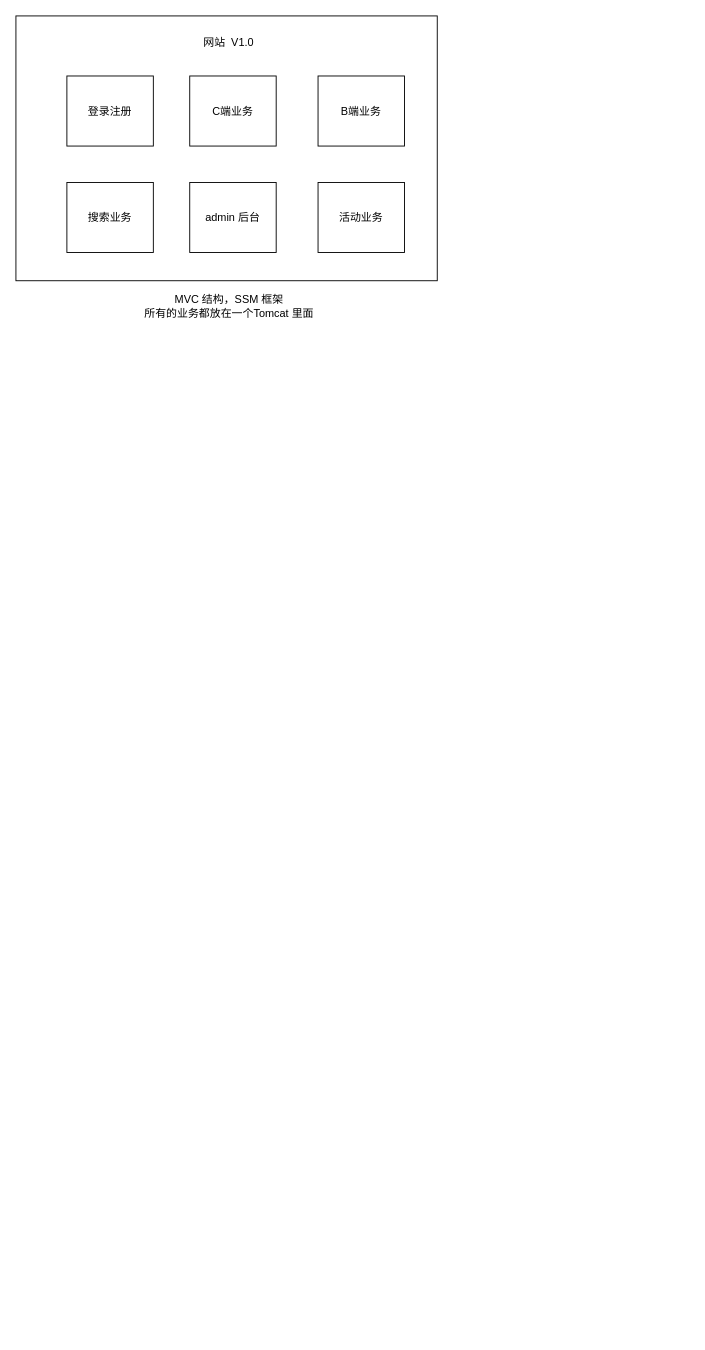
kuangtf/PictureBed keeps this draw.io diagram as docs/dubbo/架构图1.drawio. Above is the earlier version. Source tidied: cells renumbered, new cells numbered last; positions are measured from the earlier drawing's top-left corner, leaving out a move shared by most shapes. Both pictures are drawn from the tidied source at 91%, with x=0, y=0 at pixel (15, 15).
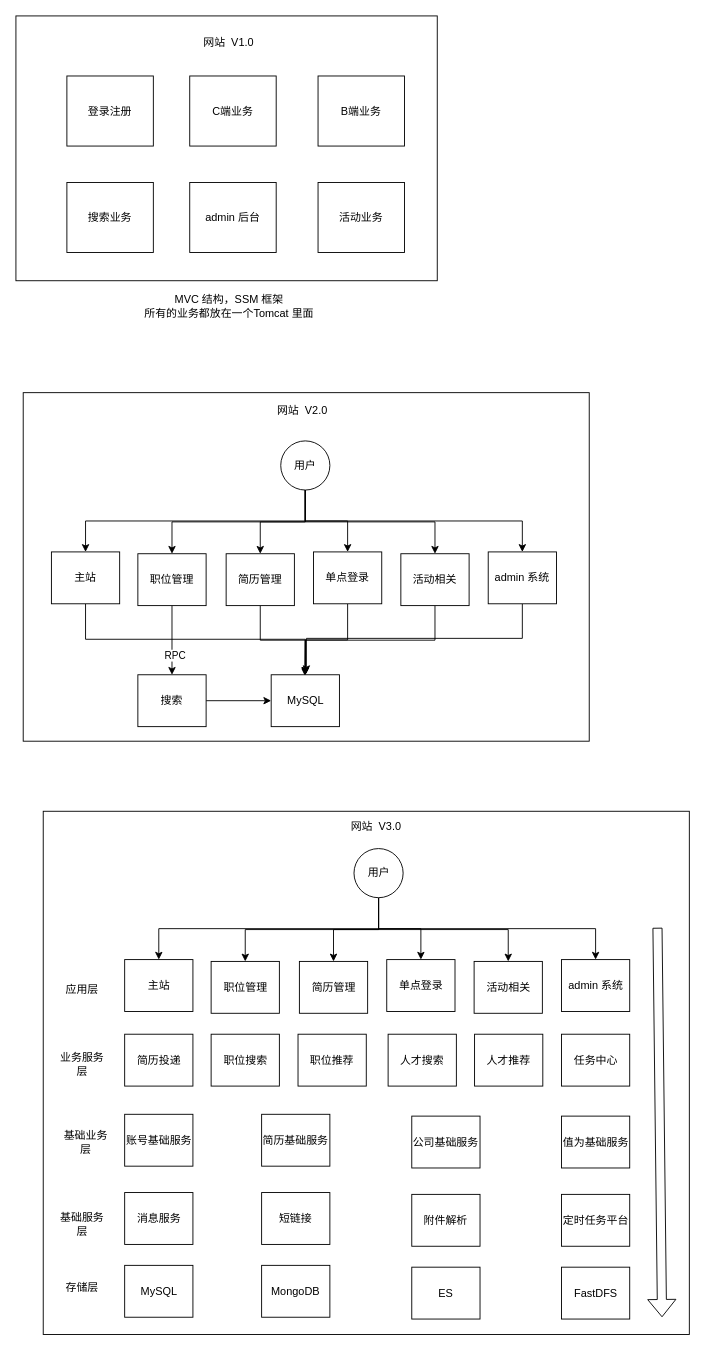
After the change.

Commit message:
更新架构图

The edit, as a diff of the source:
```diff
@@
+    <mxCell id="11" style="rounded=0;whiteSpace=wrap;html=1;" parent="1" vertex="1">
+      <mxGeometry x="8" y="414" width="622" height="383" as="geometry" />
+    </mxCell>
+    <mxCell id="12" value="网站&amp;nbsp; V2.0" style="text;html=1;strokeColor=none;fillColor=none;align=center;verticalAlign=middle;whiteSpace=wrap;rounded=0;" parent="1" vertex="1">
+      <mxGeometry x="285" y="419" width="60" height="30" as="geometry" />
+    </mxCell>
+    <mxCell id="13" style="edgeStyle=orthogonalEdgeStyle;rounded=0;jettySize=auto;html=1;exitX=0.5;exitY=1;exitDx=0;exitDy=0;entryX=0.5;entryY=0;entryDx=0;entryDy=0;" parent="1" edge="1" source="19" target="21">
+      <mxGeometry relative="1" as="geometry" />
+    </mxCell>
+    <mxCell id="14" style="edgeStyle=orthogonalEdgeStyle;rounded=0;jettySize=auto;html=1;exitX=0.5;exitY=1;exitDx=0;exitDy=0;" parent="1" edge="1" source="19" target="23">
+      <mxGeometry relative="1" as="geometry" />
+    </mxCell>
+    <mxCell id="15" style="edgeStyle=orthogonalEdgeStyle;rounded=0;jettySize=auto;html=1;exitX=0.5;exitY=1;exitDx=0;exitDy=0;entryX=0.5;entryY=0;entryDx=0;entryDy=0;" parent="1" edge="1" source="19" target="25">
+      <mxGeometry relative="1" as="geometry" />
+    </mxCell>
+    <mxCell id="16" style="edgeStyle=orthogonalEdgeStyle;rounded=0;jettySize=auto;html=1;exitX=0.5;exitY=1;exitDx=0;exitDy=0;" parent="1" edge="1" source="19" target="27">
+      <mxGeometry relative="1" as="geometry" />
+    </mxCell>
+    <mxCell id="17" style="edgeStyle=orthogonalEdgeStyle;rounded=0;jettySize=auto;html=1;exitX=0.5;exitY=1;exitDx=0;exitDy=0;entryX=0.5;entryY=0;entryDx=0;entryDy=0;" parent="1" edge="1" source="19" target="29">
+      <mxGeometry relative="1" as="geometry" />
+    </mxCell>
+    <mxCell id="18" style="edgeStyle=orthogonalEdgeStyle;rounded=0;jettySize=auto;html=1;exitX=0.5;exitY=1;exitDx=0;exitDy=0;entryX=0.5;entryY=0;entryDx=0;entryDy=0;" parent="1" edge="1" source="19" target="31">
+      <mxGeometry relative="1" as="geometry" />
+    </mxCell>
+    <mxCell id="19" value="用户" style="ellipse;whiteSpace=wrap;html=1;" parent="1" vertex="1">
+      <mxGeometry x="291" y="467" width="54" height="54" as="geometry" />
+    </mxCell>
+    <mxCell id="20" style="edgeStyle=orthogonalEdgeStyle;rounded=0;jettySize=auto;html=1;exitX=0.5;exitY=1;exitDx=0;exitDy=0;entryX=0.5;entryY=0;entryDx=0;entryDy=0;" parent="1" edge="1" source="21" target="34">
+      <mxGeometry relative="1" as="geometry" />
+    </mxCell>
+    <mxCell id="21" value="主站" style="rounded=0;whiteSpace=wrap;html=1;" parent="1" vertex="1">
+      <mxGeometry x="39" y="589" width="75" height="57" as="geometry" />
+    </mxCell>
+    <mxCell id="22" value="RPC" style="edgeStyle=orthogonalEdgeStyle;rounded=0;jettySize=auto;html=1;exitX=0.5;exitY=1;exitDx=0;exitDy=0;" parent="1" edge="1" source="23" target="33">
+      <mxGeometry x="0.45" y="3" relative="1" as="geometry" />
+    </mxCell>
+    <mxCell id="23" value="职位管理" style="rounded=0;whiteSpace=wrap;html=1;" parent="1" vertex="1">
+      <mxGeometry x="134" y="591" width="75" height="57" as="geometry" />
+    </mxCell>
+    <mxCell id="24" style="edgeStyle=orthogonalEdgeStyle;rounded=0;jettySize=auto;html=1;exitX=0.5;exitY=1;exitDx=0;exitDy=0;entryX=0.5;entryY=0;entryDx=0;entryDy=0;" parent="1" edge="1" source="25" target="34">
+      <mxGeometry relative="1" as="geometry" />
+    </mxCell>
+    <mxCell id="25" value="简历管理" style="rounded=0;whiteSpace=wrap;html=1;" parent="1" vertex="1">
+      <mxGeometry x="231" y="591" width="75" height="57" as="geometry" />
+    </mxCell>
+    <mxCell id="26" style="edgeStyle=orthogonalEdgeStyle;rounded=0;jettySize=auto;html=1;exitX=0.5;exitY=1;exitDx=0;exitDy=0;" parent="1" edge="1" source="27">
+      <mxGeometry relative="1" as="geometry">
+        <mxPoint x="317.6" y="725.4" as="targetPoint" />
+      </mxGeometry>
+    </mxCell>
+    <mxCell id="27" value="单点登录" style="rounded=0;whiteSpace=wrap;html=1;" parent="1" vertex="1">
+      <mxGeometry x="327" y="589" width="75" height="57" as="geometry" />
+    </mxCell>
+    <mxCell id="28" style="edgeStyle=orthogonalEdgeStyle;rounded=0;jettySize=auto;html=1;exitX=0.5;exitY=1;exitDx=0;exitDy=0;entryX=0.5;entryY=0;entryDx=0;entryDy=0;" parent="1" edge="1" source="29" target="34">
+      <mxGeometry relative="1" as="geometry" />
+    </mxCell>
+    <mxCell id="29" value="活动相关" style="rounded=0;whiteSpace=wrap;html=1;" parent="1" vertex="1">
+      <mxGeometry x="423" y="591" width="75" height="57" as="geometry" />
+    </mxCell>
+    <mxCell id="30" style="edgeStyle=orthogonalEdgeStyle;rounded=0;jettySize=auto;html=1;exitX=0.5;exitY=1;exitDx=0;exitDy=0;" parent="1" edge="1" source="31">
+      <mxGeometry relative="1" as="geometry">
+        <mxPoint x="319.2" y="722.2" as="targetPoint" />
+        <Array as="points">
+          <mxPoint x="557" y="684" />
+          <mxPoint x="319" y="684" />
+        </Array>
+      </mxGeometry>
+    </mxCell>
+    <mxCell id="31" value="admin 系统" style="rounded=0;whiteSpace=wrap;html=1;" parent="1" vertex="1">
+      <mxGeometry x="519" y="589" width="75" height="57" as="geometry" />
+    </mxCell>
+    <mxCell id="32" style="edgeStyle=orthogonalEdgeStyle;rounded=0;jettySize=auto;html=1;exitX=1;exitY=0.5;exitDx=0;exitDy=0;" parent="1" edge="1" source="33" target="34">
+      <mxGeometry relative="1" as="geometry" />
+    </mxCell>
+    <mxCell id="33" value="搜索" style="rounded=0;whiteSpace=wrap;html=1;" parent="1" vertex="1">
+      <mxGeometry x="134" y="724" width="75" height="57" as="geometry" />
+    </mxCell>
+    <mxCell id="34" value="MySQL" style="rounded=0;whiteSpace=wrap;html=1;" parent="1" vertex="1">
+      <mxGeometry x="280.5" y="724" width="75" height="57" as="geometry" />
+    </mxCell>
+    <mxCell id="35" style="rounded=0;whiteSpace=wrap;html=1;" parent="1" vertex="1">
+      <mxGeometry x="30" y="874" width="710" height="575" as="geometry" />
+    </mxCell>
+    <mxCell id="36" value="网站&amp;nbsp; V3.0" style="text;html=1;strokeColor=none;fillColor=none;align=center;verticalAlign=middle;whiteSpace=wrap;rounded=0;" parent="1" vertex="1">
+      <mxGeometry x="365.5" y="876" width="60" height="30" as="geometry" />
+    </mxCell>
+    <mxCell id="37" style="edgeStyle=orthogonalEdgeStyle;rounded=0;jettySize=auto;html=1;exitX=0.5;exitY=1;exitDx=0;exitDy=0;entryX=0.5;entryY=0;entryDx=0;entryDy=0;" parent="1" edge="1" source="43" target="44">
+      <mxGeometry relative="1" as="geometry" />
+    </mxCell>
+    <mxCell id="38" style="edgeStyle=orthogonalEdgeStyle;rounded=0;jettySize=auto;html=1;exitX=0.5;exitY=1;exitDx=0;exitDy=0;" parent="1" edge="1" source="43" target="45">
+      <mxGeometry relative="1" as="geometry" />
+    </mxCell>
+    <mxCell id="39" style="edgeStyle=orthogonalEdgeStyle;rounded=0;jettySize=auto;html=1;exitX=0.5;exitY=1;exitDx=0;exitDy=0;entryX=0.5;entryY=0;entryDx=0;entryDy=0;" parent="1" edge="1" source="43" target="46">
+      <mxGeometry relative="1" as="geometry" />
+    </mxCell>
+    <mxCell id="40" style="edgeStyle=orthogonalEdgeStyle;rounded=0;jettySize=auto;html=1;exitX=0.5;exitY=1;exitDx=0;exitDy=0;" parent="1" edge="1" source="43" target="47">
+      <mxGeometry relative="1" as="geometry" />
+    </mxCell>
+    <mxCell id="41" style="edgeStyle=orthogonalEdgeStyle;rounded=0;jettySize=auto;html=1;exitX=0.5;exitY=1;exitDx=0;exitDy=0;entryX=0.5;entryY=0;entryDx=0;entryDy=0;" parent="1" edge="1" source="43" target="48">
+      <mxGeometry relative="1" as="geometry" />
+    </mxCell>
+    <mxCell id="42" style="edgeStyle=orthogonalEdgeStyle;rounded=0;jettySize=auto;html=1;exitX=0.5;exitY=1;exitDx=0;exitDy=0;entryX=0.5;entryY=0;entryDx=0;entryDy=0;" parent="1" edge="1" source="43" target="49">
+      <mxGeometry relative="1" as="geometry" />
+    </mxCell>
+    <mxCell id="43" value="用户" style="ellipse;whiteSpace=wrap;html=1;" parent="1" vertex="1">
+      <mxGeometry x="371.5" y="915" width="54" height="54" as="geometry" />
+    </mxCell>
+    <mxCell id="44" value="主站" style="rounded=0;whiteSpace=wrap;html=1;" parent="1" vertex="1">
+      <mxGeometry x="119.5" y="1037" width="75" height="57" as="geometry" />
+    </mxCell>
+    <mxCell id="45" value="职位管理" style="rounded=0;whiteSpace=wrap;html=1;" parent="1" vertex="1">
+      <mxGeometry x="214.5" y="1039" width="75" height="57" as="geometry" />
+    </mxCell>
+    <mxCell id="46" value="简历管理" style="rounded=0;whiteSpace=wrap;html=1;" parent="1" vertex="1">
+      <mxGeometry x="311.5" y="1039" width="75" height="57" as="geometry" />
+    </mxCell>
+    <mxCell id="47" value="单点登录" style="rounded=0;whiteSpace=wrap;html=1;" parent="1" vertex="1">
+      <mxGeometry x="407.5" y="1037" width="75" height="57" as="geometry" />
+    </mxCell>
+    <mxCell id="48" value="活动相关" style="rounded=0;whiteSpace=wrap;html=1;" parent="1" vertex="1">
+      <mxGeometry x="503.5" y="1039" width="75" height="57" as="geometry" />
+    </mxCell>
+    <mxCell id="49" value="admin 系统" style="rounded=0;whiteSpace=wrap;html=1;" parent="1" vertex="1">
+      <mxGeometry x="599.5" y="1037" width="75" height="57" as="geometry" />
+    </mxCell>
+    <mxCell id="50" value="简历投递" style="rounded=0;whiteSpace=wrap;html=1;" parent="1" vertex="1">
+      <mxGeometry x="119.5" y="1119" width="75" height="57" as="geometry" />
+    </mxCell>
+    <mxCell id="51" value="职位搜索" style="rounded=0;whiteSpace=wrap;html=1;" parent="1" vertex="1">
+      <mxGeometry x="214.5" y="1119" width="75" height="57" as="geometry" />
+    </mxCell>
+    <mxCell id="52" value="职位推荐" style="rounded=0;whiteSpace=wrap;html=1;" parent="1" vertex="1">
+      <mxGeometry x="310" y="1119" width="75" height="57" as="geometry" />
+    </mxCell>
+    <mxCell id="53" value="人才搜索" style="rounded=0;whiteSpace=wrap;html=1;" parent="1" vertex="1">
+      <mxGeometry x="409" y="1119" width="75" height="57" as="geometry" />
+    </mxCell>
+    <mxCell id="54" value="人才推荐" style="rounded=0;whiteSpace=wrap;html=1;" parent="1" vertex="1">
+      <mxGeometry x="504" y="1119" width="75" height="57" as="geometry" />
+    </mxCell>
+    <mxCell id="55" value="任务中心" style="rounded=0;whiteSpace=wrap;html=1;" parent="1" vertex="1">
+      <mxGeometry x="599.5" y="1119" width="75" height="57" as="geometry" />
+    </mxCell>
+    <mxCell id="56" value="账号基础服务" style="rounded=0;whiteSpace=wrap;html=1;" parent="1" vertex="1">
+      <mxGeometry x="119.5" y="1207" width="75" height="57" as="geometry" />
+    </mxCell>
+    <mxCell id="57" value="简历基础服务" style="rounded=0;whiteSpace=wrap;html=1;" parent="1" vertex="1">
+      <mxGeometry x="270" y="1207" width="75" height="57" as="geometry" />
+    </mxCell>
+    <mxCell id="58" value="公司基础服务" style="rounded=0;whiteSpace=wrap;html=1;" parent="1" vertex="1">
+      <mxGeometry x="435" y="1209" width="75" height="57" as="geometry" />
+    </mxCell>
+    <mxCell id="59" value="值为基础服务" style="rounded=0;whiteSpace=wrap;html=1;" parent="1" vertex="1">
+      <mxGeometry x="599.5" y="1209" width="75" height="57" as="geometry" />
+    </mxCell>
+    <mxCell id="60" value="消息服务" style="rounded=0;whiteSpace=wrap;html=1;" parent="1" vertex="1">
+      <mxGeometry x="119.5" y="1293" width="75" height="57" as="geometry" />
+    </mxCell>
+    <mxCell id="61" value="短链接" style="rounded=0;whiteSpace=wrap;html=1;" parent="1" vertex="1">
+      <mxGeometry x="270" y="1293" width="75" height="57" as="geometry" />
+    </mxCell>
+    <mxCell id="62" value="附件解析" style="rounded=0;whiteSpace=wrap;html=1;" parent="1" vertex="1">
+      <mxGeometry x="435" y="1295" width="75" height="57" as="geometry" />
+    </mxCell>
+    <mxCell id="63" value="定时任务平台" style="rounded=0;whiteSpace=wrap;html=1;" parent="1" vertex="1">
+      <mxGeometry x="599.5" y="1295" width="75" height="57" as="geometry" />
+    </mxCell>
+    <mxCell id="64" value="MySQL" style="rounded=0;whiteSpace=wrap;html=1;" parent="1" vertex="1">
+      <mxGeometry x="119.5" y="1373" width="75" height="57" as="geometry" />
+    </mxCell>
+    <mxCell id="65" value="MongoDB" style="rounded=0;whiteSpace=wrap;html=1;" parent="1" vertex="1">
+      <mxGeometry x="270" y="1373" width="75" height="57" as="geometry" />
+    </mxCell>
+    <mxCell id="66" value="ES" style="rounded=0;whiteSpace=wrap;html=1;" parent="1" vertex="1">
+      <mxGeometry x="435" y="1375" width="75" height="57" as="geometry" />
+    </mxCell>
+    <mxCell id="67" value="FastDFS" style="rounded=0;whiteSpace=wrap;html=1;" parent="1" vertex="1">
+      <mxGeometry x="599.5" y="1375" width="75" height="57" as="geometry" />
+    </mxCell>
+    <mxCell id="68" value="应用层" style="text;html=1;strokeColor=none;fillColor=none;align=center;verticalAlign=middle;whiteSpace=wrap;rounded=0;" parent="1" vertex="1">
+      <mxGeometry x="43" y="1055" width="60" height="30" as="geometry" />
+    </mxCell>
+    <mxCell id="69" value="业务服务层" style="text;html=1;strokeColor=none;fillColor=none;align=center;verticalAlign=middle;whiteSpace=wrap;rounded=0;" parent="1" vertex="1">
+      <mxGeometry x="43" y="1137" width="60" height="30" as="geometry" />
+    </mxCell>
+    <mxCell id="70" value="基础业务层" style="text;html=1;strokeColor=none;fillColor=none;align=center;verticalAlign=middle;whiteSpace=wrap;rounded=0;" parent="1" vertex="1">
+      <mxGeometry x="46.5" y="1222.5" width="60" height="30" as="geometry" />
+    </mxCell>
+    <mxCell id="71" value="基础服务层" style="text;html=1;strokeColor=none;fillColor=none;align=center;verticalAlign=middle;whiteSpace=wrap;rounded=0;" parent="1" vertex="1">
+      <mxGeometry x="43" y="1313" width="60" height="30" as="geometry" />
+    </mxCell>
+    <mxCell id="72" value="存储层" style="text;html=1;strokeColor=none;fillColor=none;align=center;verticalAlign=middle;whiteSpace=wrap;rounded=0;" parent="1" vertex="1">
+      <mxGeometry x="43" y="1383" width="60" height="30" as="geometry" />
+    </mxCell>
+    <mxCell id="73" style="shape=flexArrow;endArrow=classic;html=1;rounded=0;" parent="1" edge="1">
+      <mxGeometry relative="1" as="geometry">
+        <mxPoint x="705" y="1002" as="sourcePoint" />
+        <mxPoint x="710" y="1430" as="targetPoint" />
+      </mxGeometry>
+    </mxCell>
```
